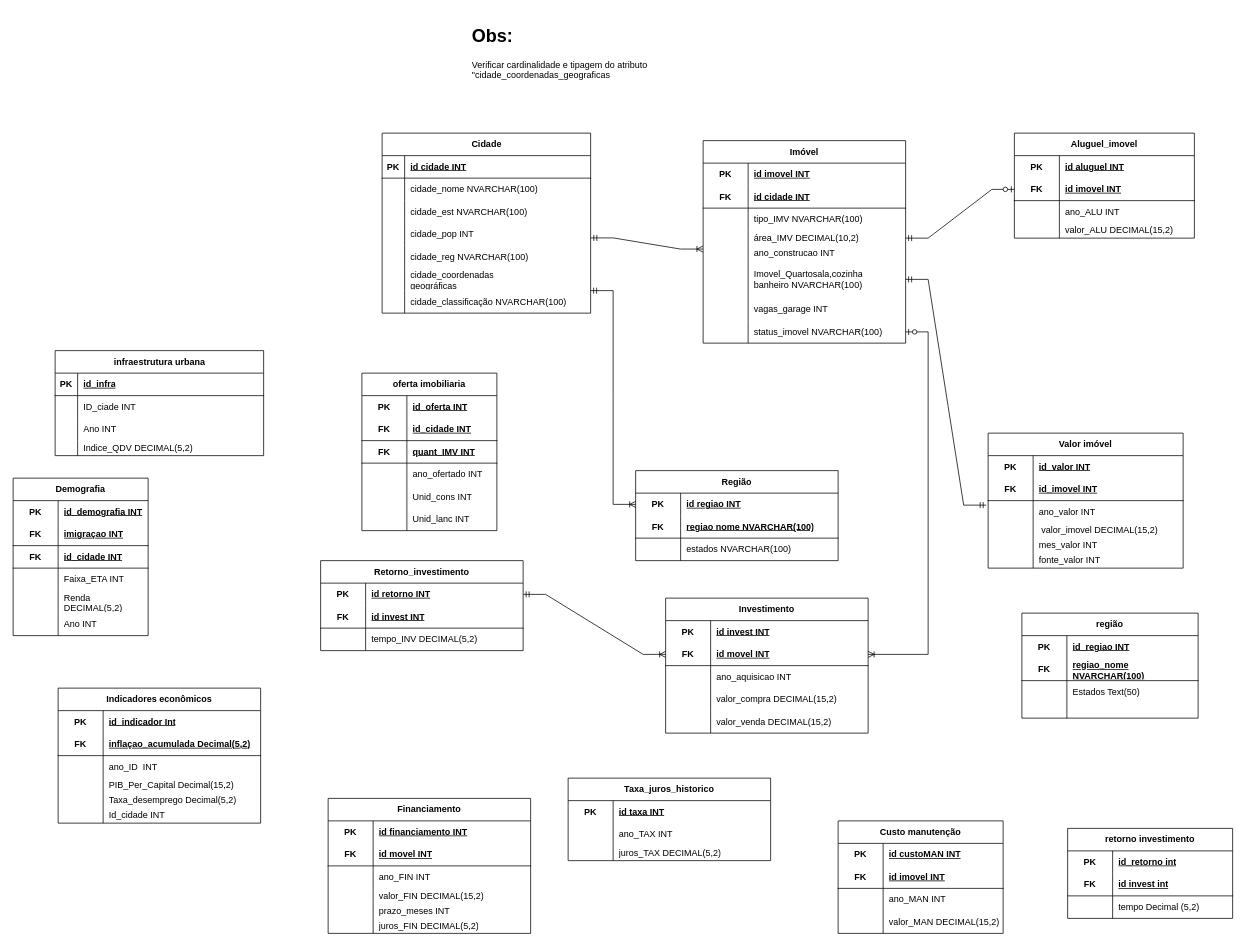
Above: GroupBy.drawio in Guilherme22B/Group_by (draw.io), before the change. Source tidied: cells renumbered, new cells numbered last; positions are measured from the earlier drawing's top-left corner, leaving out a move shared by most shapes. Both pictures are drawn from the tidied source at 75%, with x=0, y=0 at pixel (13, 20).
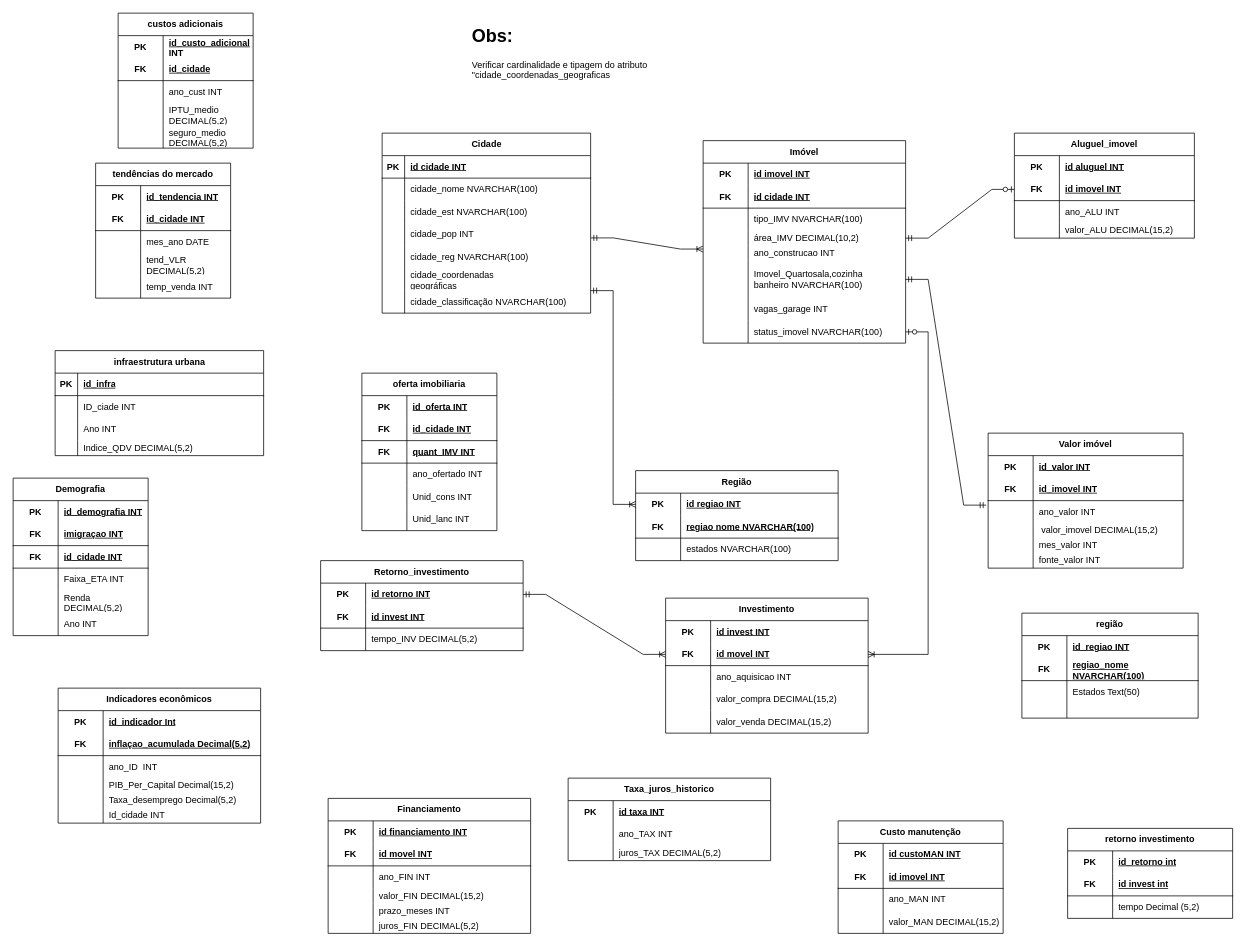
Above is the later version.

The edit, as a diff of the source:
```diff
@@
+    <mxCell id="261" value="tendências do mercado" style="shape=table;startSize=30;childLayout=tableLayout;rowLines=0;fontStyle=1;align=center;html=1;whiteSpace=wrap;" parent="1" vertex="1">
+      <mxGeometry x="110" y="190" width="180" height="180" as="geometry" />
+    </mxCell>
+    <mxCell id="262" style="shape=tableRow;horizontal=0;startSize=0;swimlaneHead=0;swimlaneBody=0;fillColor=none;top=0;left=0;right=0;bottom=0;html=1;" parent="261" vertex="1">
+      <mxGeometry y="30" width="180" height="30" as="geometry" />
+    </mxCell>
+    <mxCell id="263" value="PK" style="shape=partialRectangle;fillColor=none;top=0;left=0;bottom=0;right=0;fontStyle=1;overflow=hidden;html=1;whiteSpace=wrap;" parent="262" vertex="1">
+      <mxGeometry width="60" height="30" as="geometry" />
+    </mxCell>
+    <mxCell id="264" value="id_tendencia INT" style="shape=partialRectangle;fillColor=none;top=0;left=0;bottom=0;right=0;align=left;spacingLeft=6;fontStyle=5;overflow=hidden;html=1;whiteSpace=wrap;" parent="262" vertex="1">
+      <mxGeometry x="60" width="120" height="30" as="geometry" />
+    </mxCell>
+    <mxCell id="265" style="shape=tableRow;horizontal=0;startSize=0;swimlaneHead=0;swimlaneBody=0;fillColor=none;top=0;left=0;right=0;bottom=1;html=1;" parent="261" vertex="1">
+      <mxGeometry y="60" width="180" height="30" as="geometry" />
+    </mxCell>
+    <mxCell id="266" value="FK" style="shape=partialRectangle;fillColor=none;top=0;left=0;bottom=0;right=0;fontStyle=1;overflow=hidden;html=1;whiteSpace=wrap;" parent="265" vertex="1">
+      <mxGeometry width="60" height="30" as="geometry" />
+    </mxCell>
+    <mxCell id="267" value="id_cidade INT" style="shape=partialRectangle;fillColor=none;top=0;left=0;bottom=0;right=0;align=left;spacingLeft=6;fontStyle=5;overflow=hidden;html=1;whiteSpace=wrap;" parent="265" vertex="1">
+      <mxGeometry x="60" width="120" height="30" as="geometry" />
+    </mxCell>
+    <mxCell id="268" style="shape=tableRow;horizontal=0;startSize=0;swimlaneHead=0;swimlaneBody=0;fillColor=none;top=0;left=0;right=0;bottom=0;html=1;" parent="261" vertex="1">
+      <mxGeometry y="90" width="180" height="30" as="geometry" />
+    </mxCell>
+    <mxCell id="269" style="shape=partialRectangle;fillColor=none;top=0;left=0;bottom=0;right=0;overflow=hidden;html=1;whiteSpace=wrap;" parent="268" vertex="1">
+      <mxGeometry width="60" height="30" as="geometry" />
+    </mxCell>
+    <mxCell id="270" value="mes_ano DATE" style="shape=partialRectangle;fillColor=none;top=0;left=0;bottom=0;right=0;align=left;spacingLeft=6;overflow=hidden;html=1;whiteSpace=wrap;" parent="268" vertex="1">
+      <mxGeometry x="60" width="120" height="30" as="geometry" />
+    </mxCell>
+    <mxCell id="271" style="shape=tableRow;horizontal=0;startSize=0;swimlaneHead=0;swimlaneBody=0;fillColor=none;top=0;left=0;right=0;bottom=0;html=1;" parent="261" vertex="1">
+      <mxGeometry y="120" width="180" height="30" as="geometry" />
+    </mxCell>
+    <mxCell id="272" style="shape=partialRectangle;fillColor=none;top=0;left=0;bottom=0;right=0;overflow=hidden;html=1;whiteSpace=wrap;" parent="271" vertex="1">
+      <mxGeometry width="60" height="30" as="geometry" />
+    </mxCell>
+    <mxCell id="273" value="tend_VLR DECIMAL(5,2)" style="shape=partialRectangle;fillColor=none;top=0;left=0;bottom=0;right=0;align=left;spacingLeft=6;overflow=hidden;html=1;whiteSpace=wrap;" parent="271" vertex="1">
+      <mxGeometry x="60" width="120" height="30" as="geometry" />
+    </mxCell>
+    <mxCell id="274" style="shape=tableRow;horizontal=0;startSize=0;swimlaneHead=0;swimlaneBody=0;fillColor=none;top=0;left=0;right=0;bottom=0;html=1;" parent="261" vertex="1">
+      <mxGeometry y="150" width="180" height="30" as="geometry" />
+    </mxCell>
+    <mxCell id="275" style="shape=partialRectangle;fillColor=none;top=0;left=0;bottom=0;right=0;overflow=hidden;html=1;whiteSpace=wrap;" parent="274" vertex="1">
+      <mxGeometry width="60" height="30" as="geometry" />
+    </mxCell>
+    <mxCell id="276" value="temp_venda INT" style="shape=partialRectangle;fillColor=none;top=0;left=0;bottom=0;right=0;align=left;spacingLeft=6;overflow=hidden;html=1;whiteSpace=wrap;" parent="274" vertex="1">
+      <mxGeometry x="60" width="120" height="30" as="geometry" />
+    </mxCell>
+    <mxCell id="277" value="custos adicionais" style="shape=table;startSize=30;childLayout=tableLayout;rowLines=0;fontStyle=1;align=center;html=1;whiteSpace=wrap;" parent="1" vertex="1">
+      <mxGeometry x="140" y="-10" width="180" height="180" as="geometry" />
+    </mxCell>
+    <mxCell id="278" style="shape=tableRow;horizontal=0;startSize=0;swimlaneHead=0;swimlaneBody=0;fillColor=none;top=0;left=0;right=0;bottom=0;html=1;" parent="277" vertex="1">
+      <mxGeometry y="30" width="180" height="30" as="geometry" />
+    </mxCell>
+    <mxCell id="279" value="PK" style="shape=partialRectangle;fillColor=none;top=0;left=0;bottom=0;right=0;fontStyle=1;overflow=hidden;html=1;whiteSpace=wrap;" parent="278" vertex="1">
+      <mxGeometry width="60" height="30" as="geometry" />
+    </mxCell>
+    <mxCell id="280" value="id_custo_adicional INT" style="shape=partialRectangle;fillColor=none;top=0;left=0;bottom=0;right=0;align=left;spacingLeft=6;fontStyle=5;overflow=hidden;html=1;whiteSpace=wrap;" parent="278" vertex="1">
+      <mxGeometry x="60" width="120" height="30" as="geometry" />
+    </mxCell>
+    <mxCell id="281" style="shape=tableRow;horizontal=0;startSize=0;swimlaneHead=0;swimlaneBody=0;fillColor=none;top=0;left=0;right=0;bottom=1;html=1;" parent="277" vertex="1">
+      <mxGeometry y="60" width="180" height="30" as="geometry" />
+    </mxCell>
+    <mxCell id="282" value="FK" style="shape=partialRectangle;fillColor=none;top=0;left=0;bottom=0;right=0;fontStyle=1;overflow=hidden;html=1;whiteSpace=wrap;" parent="281" vertex="1">
+      <mxGeometry width="60" height="30" as="geometry" />
+    </mxCell>
+    <mxCell id="283" value="id_cidade" style="shape=partialRectangle;fillColor=none;top=0;left=0;bottom=0;right=0;align=left;spacingLeft=6;fontStyle=5;overflow=hidden;html=1;whiteSpace=wrap;" parent="281" vertex="1">
+      <mxGeometry x="60" width="120" height="30" as="geometry" />
+    </mxCell>
+    <mxCell id="284" style="shape=tableRow;horizontal=0;startSize=0;swimlaneHead=0;swimlaneBody=0;fillColor=none;top=0;left=0;right=0;bottom=0;html=1;" parent="277" vertex="1">
+      <mxGeometry y="90" width="180" height="30" as="geometry" />
+    </mxCell>
+    <mxCell id="285" style="shape=partialRectangle;fillColor=none;top=0;left=0;bottom=0;right=0;overflow=hidden;html=1;whiteSpace=wrap;" parent="284" vertex="1">
+      <mxGeometry width="60" height="30" as="geometry" />
+    </mxCell>
+    <mxCell id="286" value="ano_cust INT" style="shape=partialRectangle;fillColor=none;top=0;left=0;bottom=0;right=0;align=left;spacingLeft=6;overflow=hidden;html=1;whiteSpace=wrap;" parent="284" vertex="1">
+      <mxGeometry x="60" width="120" height="30" as="geometry" />
+    </mxCell>
+    <mxCell id="287" style="shape=tableRow;horizontal=0;startSize=0;swimlaneHead=0;swimlaneBody=0;fillColor=none;top=0;left=0;right=0;bottom=0;html=1;" parent="277" vertex="1">
+      <mxGeometry y="120" width="180" height="30" as="geometry" />
+    </mxCell>
+    <mxCell id="288" style="shape=partialRectangle;fillColor=none;top=0;left=0;bottom=0;right=0;overflow=hidden;html=1;whiteSpace=wrap;" parent="287" vertex="1">
+      <mxGeometry width="60" height="30" as="geometry" />
+    </mxCell>
+    <mxCell id="289" value="IPTU_medio DECIMAL(5,2)" style="shape=partialRectangle;fillColor=none;top=0;left=0;bottom=0;right=0;align=left;spacingLeft=6;overflow=hidden;html=1;whiteSpace=wrap;" parent="287" vertex="1">
+      <mxGeometry x="60" width="120" height="30" as="geometry" />
+    </mxCell>
+    <mxCell id="290" style="shape=tableRow;horizontal=0;startSize=0;swimlaneHead=0;swimlaneBody=0;fillColor=none;top=0;left=0;right=0;bottom=0;html=1;" parent="277" vertex="1">
+      <mxGeometry y="150" width="180" height="30" as="geometry" />
+    </mxCell>
+    <mxCell id="291" style="shape=partialRectangle;fillColor=none;top=0;left=0;bottom=0;right=0;overflow=hidden;html=1;whiteSpace=wrap;" parent="290" vertex="1">
+      <mxGeometry width="60" height="30" as="geometry" />
+    </mxCell>
+    <mxCell id="292" value="seguro_medio DECIMAL(5,2)" style="shape=partialRectangle;fillColor=none;top=0;left=0;bottom=0;right=0;align=left;spacingLeft=6;overflow=hidden;html=1;whiteSpace=wrap;" parent="290" vertex="1">
+      <mxGeometry x="60" width="120" height="30" as="geometry" />
+    </mxCell>
```
